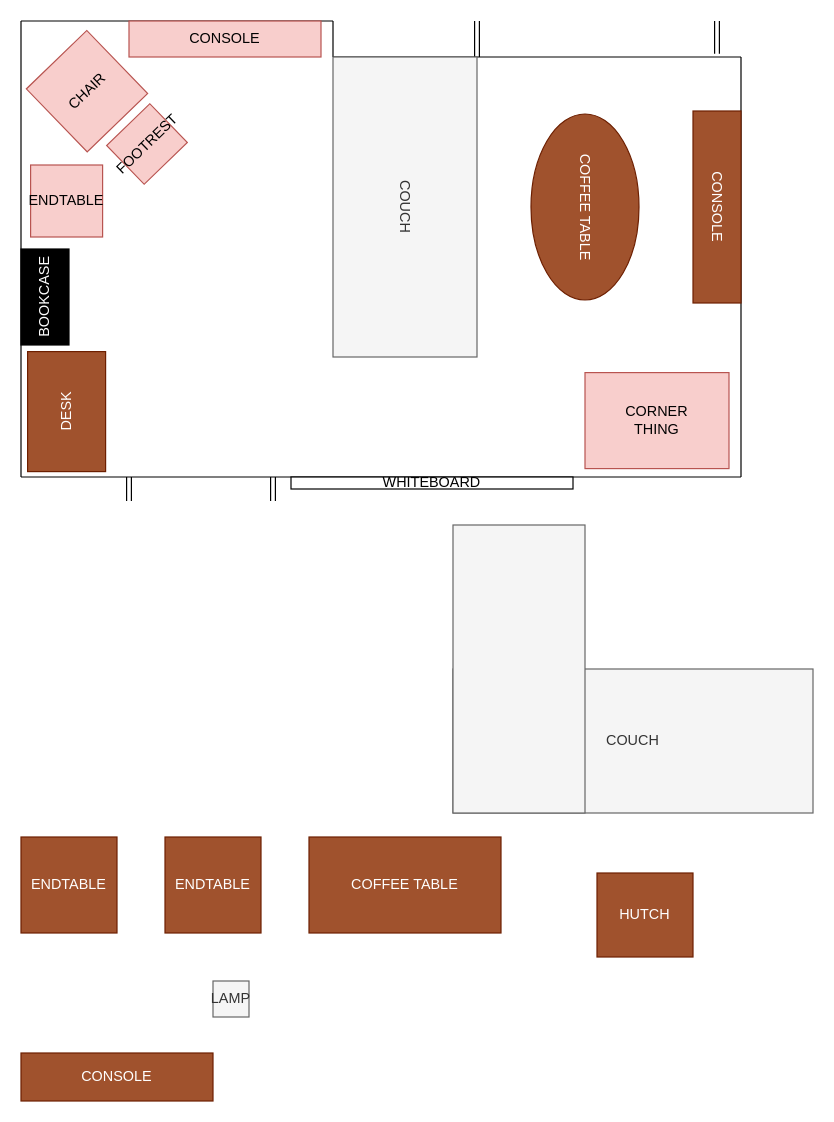
The draw.io diagram alternative.drawio in rubenflamshepherd/floorplan_livingroom, before the edit. Source tidied: cells renumbered, new cells numbered last; positions are measured from the earlier drawing's top-left corner, leaving out a move shared by most shapes. Both pictures are drawn from the tidied source at 120%, with x=0, y=0 at pixel (-4, 20).
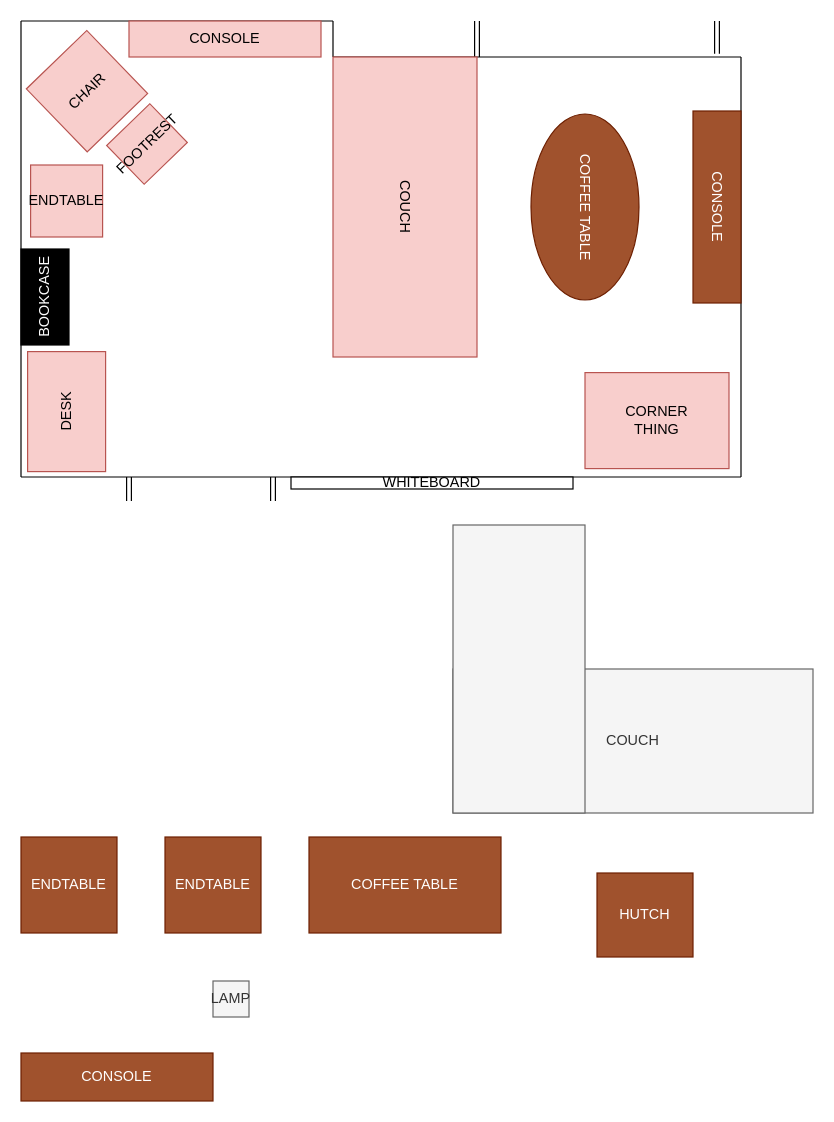
The same diagram, later.

The change refers to these unchanged cells:
```xml
<mxCell id="2" style="group;" parent="1" vertex="1">
  <mxGeometry x="20" width="650" height="400" as="geometry" />
</mxCell>
<mxCell id="13" style="group;rotation=90;" parent="2" vertex="1">
  <mxGeometry x="230" y="60" width="317.5" height="240" as="geometry" />
</mxCell>
```

Diff of the diagram source:
```diff
@@
-    <mxCell id="14" value="COUCH" style="rounded=0;whiteSpace=wrap;html=1;fillColor=#f5f5f5;strokeColor=#666666;fontColor=#333333;rotation=90;" parent="13" vertex="1">
+    <mxCell id="14" value="COUCH" style="rounded=0;whiteSpace=wrap;html=1;fillColor=#f8cecc;strokeColor=#b85450;rotation=90;" parent="13" vertex="1">
       <mxGeometry x="-35" y="35" width="250" height="120" as="geometry" />
     </mxCell>
@@
-    <mxCell id="20" value="DESK" style="rounded=0;whiteSpace=wrap;html=1;fillColor=#a0522d;strokeColor=#6D1F00;fontColor=#ffffff;rotation=-90;" parent="2" vertex="1">
+    <mxCell id="20" value="DESK" style="rounded=0;whiteSpace=wrap;html=1;fillColor=#f8cecc;strokeColor=#b85450;rotation=-90;" parent="2" vertex="1">
       <mxGeometry x="-12" y="293" width="100" height="65" as="geometry" />
     </mxCell>
```
